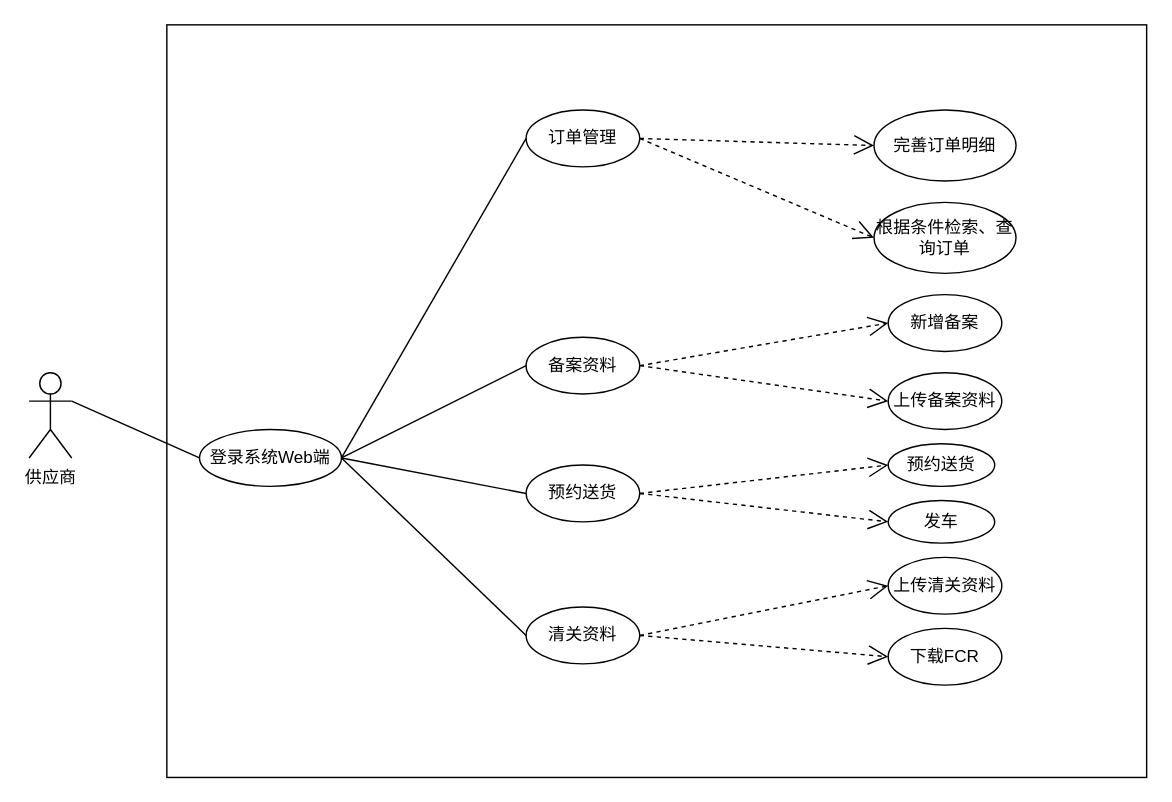
This is page "供应商用例图" (11 of 16) of wbooking docs/进区预约系统.drawio from sxc-one/e-conitl, a draw.io file, before an edit. Source tidied: cells renumbered, new cells numbered last; positions are measured from the earlier drawing's top-left corner, leaving out a move shared by most shapes. Both pictures are drawn from the tidied source at 142%, with x=0, y=0 at pixel (28, 24).
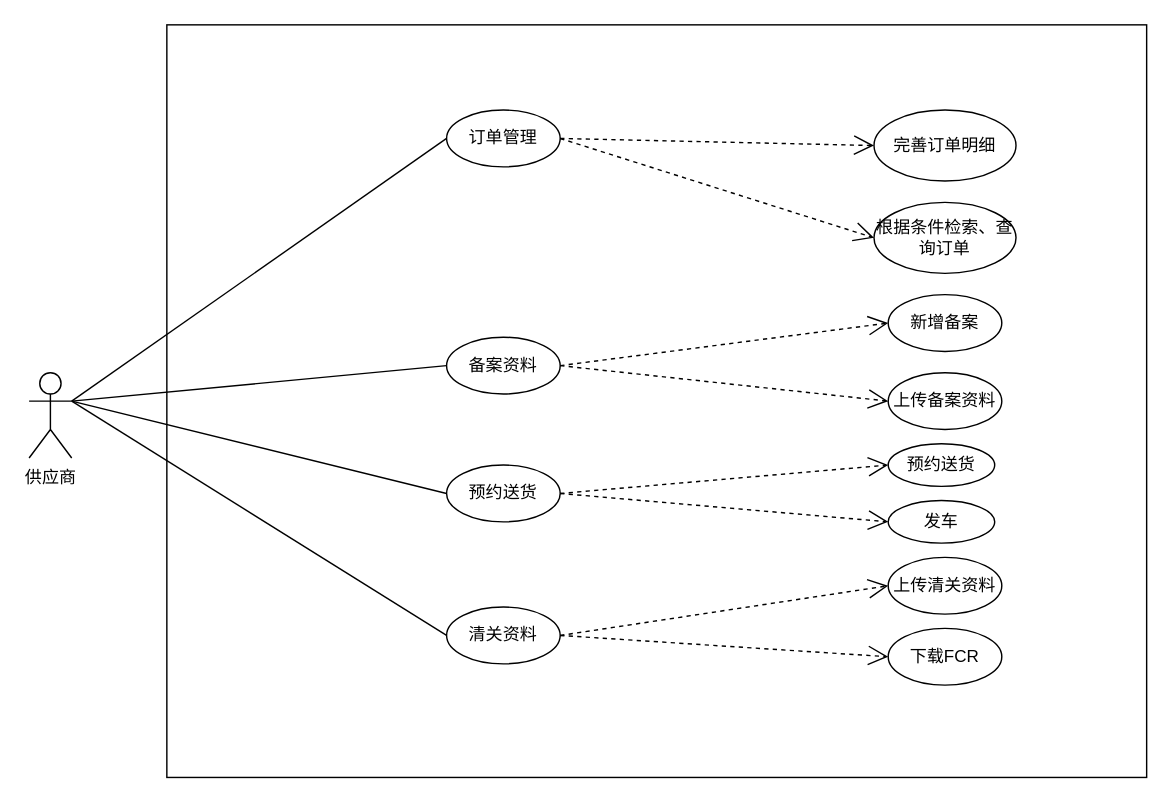
Above is the later version.

The change refers to these unchanged cells:
```xml
<mxCell id="3" value="供应商" style="shape=umlActor;verticalLabelPosition=bottom;verticalAlign=top;html=1;" parent="1" vertex="1">
  <mxGeometry y="245" width="30" height="60" as="geometry" />
</mxCell>
```

Change to the diagram source:
```diff
@@
-    <mxCell id="4" value="登录系统Web端" style="ellipse;whiteSpace=wrap;html=1;" parent="1" vertex="1">
-      <mxGeometry x="120" y="285" width="100" height="40" as="geometry" />
-    </mxCell>
     <mxCell id="5" value="预约送货" style="ellipse;whiteSpace=wrap;html=1;" parent="1" vertex="1">
-      <mxGeometry x="350" y="310" width="80" height="40" as="geometry" />
+      <mxGeometry x="294" y="310" width="80" height="40" as="geometry" />
     </mxCell>
     <mxCell id="6" value="备案资料" style="ellipse;whiteSpace=wrap;html=1;" parent="1" vertex="1">
-      <mxGeometry x="350" y="220" width="80" height="40" as="geometry" />
+      <mxGeometry x="294" y="220" width="80" height="40" as="geometry" />
     </mxCell>
     <mxCell id="7" value="订单管理" style="ellipse;whiteSpace=wrap;html=1;" parent="1" vertex="1">
-      <mxGeometry x="350" y="60" width="80" height="40" as="geometry" />
+      <mxGeometry x="294" y="60" width="80" height="40" as="geometry" />
     </mxCell>
     <mxCell id="8" value="清关资料" style="ellipse;whiteSpace=wrap;html=1;" parent="1" vertex="1">
-      <mxGeometry x="350" y="410" width="80" height="40" as="geometry" />
+      <mxGeometry x="294" y="410" width="80" height="40" as="geometry" />
     </mxCell>
@@
-    <mxCell id="14" style="endArrow=none;html=1;rounded=0;exitX=1;exitY=0.3333333333333333;exitDx=0;exitDy=0;exitPerimeter=0;entryX=0;entryY=0.5;entryDx=0;entryDy=0;" parent="1" edge="1" source="3" target="4">
-      <mxGeometry relative="1" as="geometry" />
-    </mxCell>
-    <mxCell id="15" style="endArrow=none;html=1;rounded=0;elbow=vertical;entryX=0;entryY=0.5;entryDx=0;entryDy=0;exitX=1;exitY=0.5;exitDx=0;exitDy=0;" parent="1" edge="1" source="4" target="7">
+    <mxCell id="15" style="endArrow=none;html=1;rounded=0;elbow=vertical;entryX=0;entryY=0.5;entryDx=0;entryDy=0;exitX=1;exitY=0.3333333333333333;exitDx=0;exitDy=0;exitPerimeter=0;" parent="1" edge="1" source="3" target="7">
       <mxGeometry relative="1" as="geometry" />
     </mxCell>
-    <mxCell id="16" style="endArrow=none;html=1;rounded=0;elbow=vertical;entryX=0;entryY=0.5;entryDx=0;entryDy=0;" parent="1" edge="1" target="6">
-      <mxGeometry relative="1" as="geometry">
-        <mxPoint x="220" y="305" as="sourcePoint" />
-      </mxGeometry>
+    <mxCell id="16" style="endArrow=none;html=1;rounded=0;elbow=vertical;entryX=0;entryY=0.5;entryDx=0;entryDy=0;exitX=1;exitY=0.3333333333333333;exitDx=0;exitDy=0;exitPerimeter=0;" parent="1" edge="1" source="3" target="6">
+      <mxGeometry relative="1" as="geometry" />
     </mxCell>
     <mxCell id="17" style="endArrow=none;html=1;rounded=0;elbow=vertical;entryX=0;entryY=0.5;entryDx=0;entryDy=0;" parent="1" edge="1" target="5">
       <mxGeometry relative="1" as="geometry">
-        <mxPoint x="220" y="305" as="sourcePoint" />
+        <mxPoint x="30" y="265" as="sourcePoint" />
       </mxGeometry>
     </mxCell>
-    <mxCell id="18" style="endArrow=none;html=1;rounded=0;elbow=vertical;entryX=0;entryY=0.5;entryDx=0;entryDy=0;exitX=1;exitY=0.5;exitDx=0;exitDy=0;" parent="1" edge="1" source="4" target="8">
-      <mxGeometry relative="1" as="geometry" />
+    <mxCell id="18" style="endArrow=none;html=1;rounded=0;elbow=vertical;entryX=0;entryY=0.5;entryDx=0;entryDy=0;" parent="1" edge="1" target="8">
+      <mxGeometry relative="1" as="geometry">
+        <mxPoint x="30" y="265" as="sourcePoint" />
+      </mxGeometry>
     </mxCell>
```
